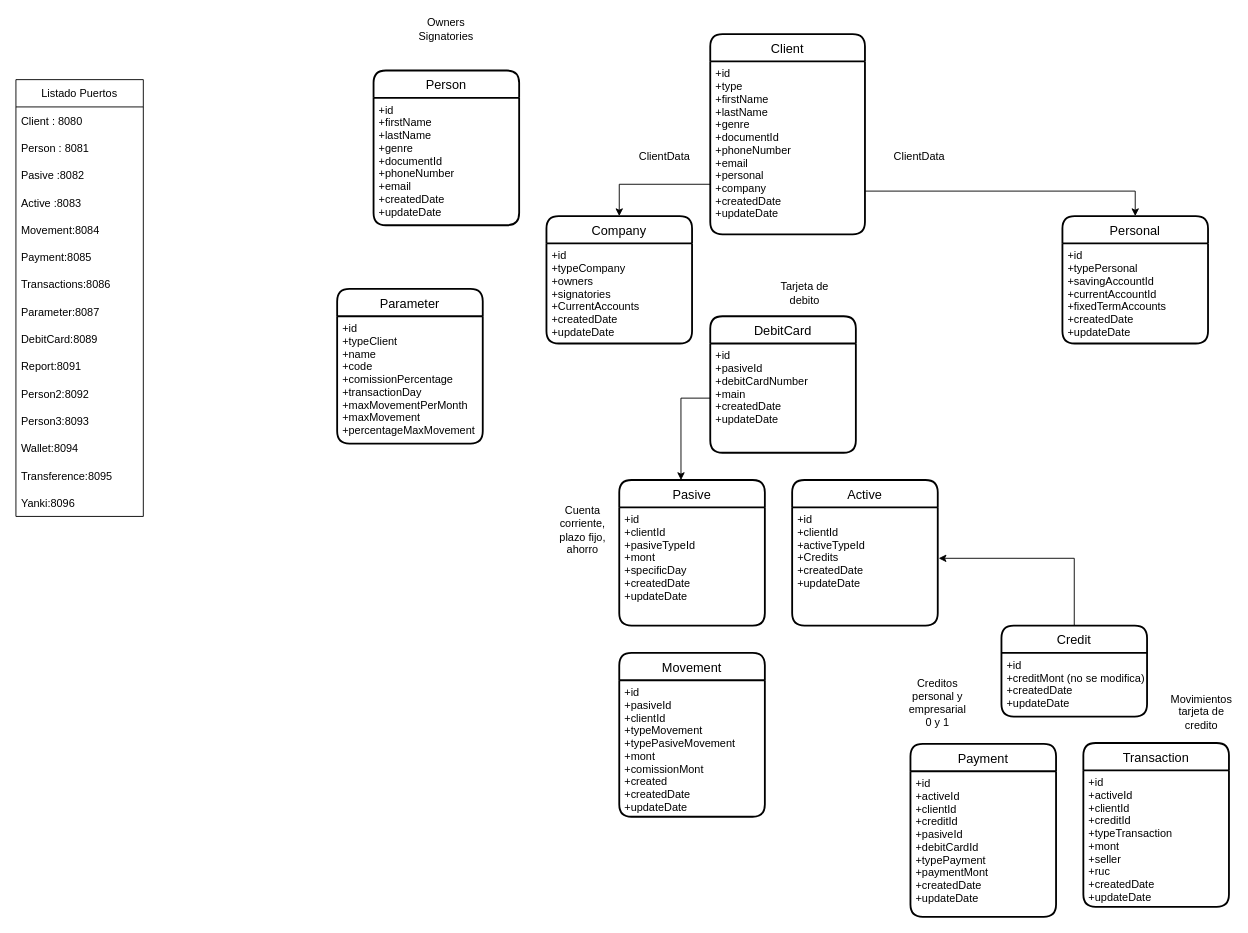
The draw.io diagram page "Datos" (1 of 4) of proyecto1.drawio in AdrianNMS/MS-bank-diagram, before the edit. Source tidied: cells renumbered, new cells numbered last; positions are measured from the earlier drawing's top-left corner, leaving out a move shared by most shapes. Both pictures are drawn from the tidied source at 91%, with x=0, y=0 at pixel (15, 15).
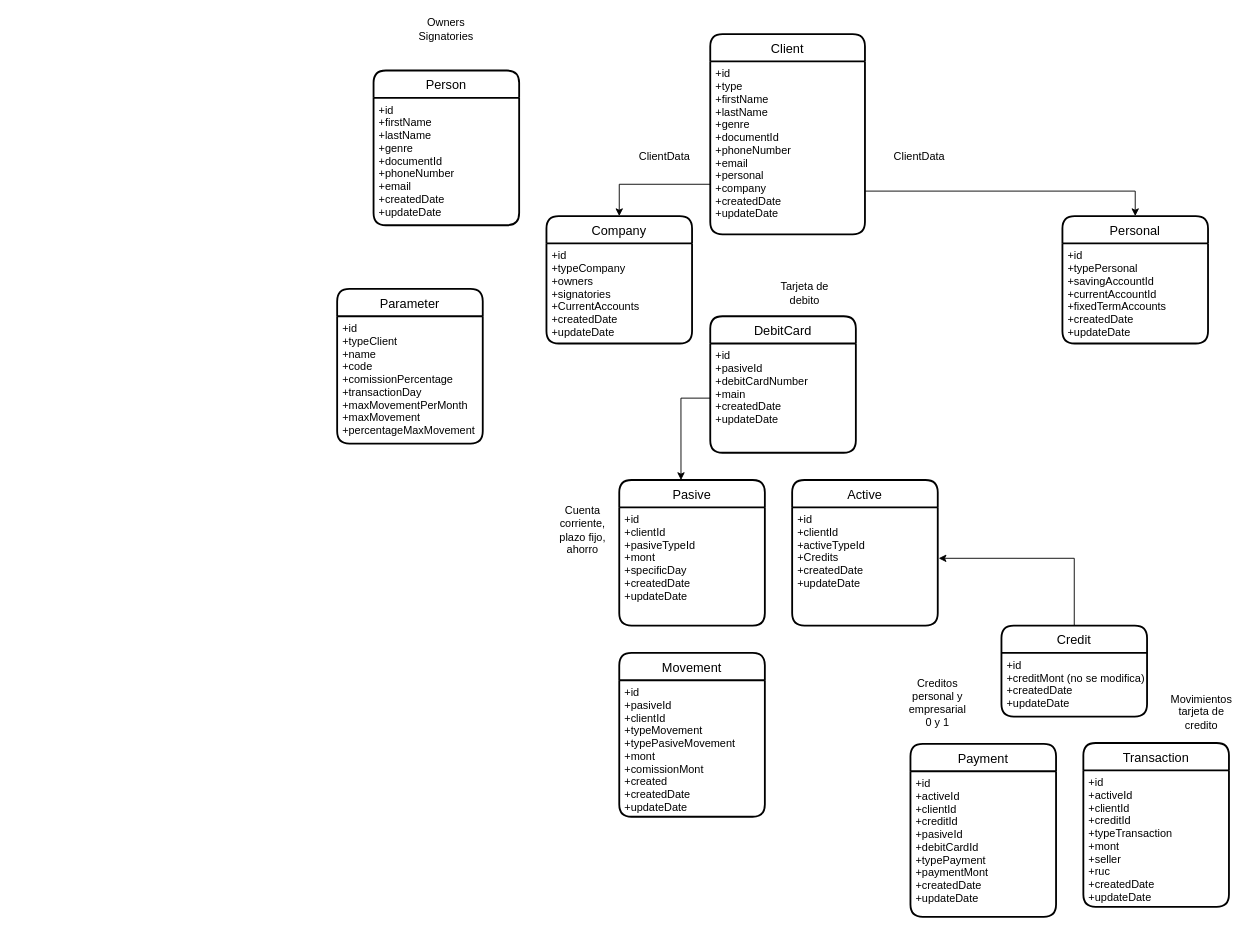
After the change.

The edit, as a diff of the source:
```diff
@@
-    <mxCell id="28" value="Listado Puertos" style="swimlane;fontStyle=0;horizontal=1;startSize=30;fillColor=#FFFFFF;" parent="1" vertex="1">
-      <mxGeometry y="70" width="140" height="480" as="geometry" />
-    </mxCell>
-    <mxCell id="29" value="Client : 8080" style="text;strokeColor=none;fillColor=none;align=left;verticalAlign=middle;spacingLeft=4;spacingRight=4;overflow=hidden;" parent="28" vertex="1">
-      <mxGeometry y="30" width="140" height="30" as="geometry" />
-    </mxCell>
-    <mxCell id="30" value="Person : 8081" style="text;strokeColor=none;fillColor=none;align=left;verticalAlign=middle;spacingLeft=4;spacingRight=4;overflow=hidden;" parent="28" vertex="1">
-      <mxGeometry y="60" width="140" height="30" as="geometry" />
-    </mxCell>
-    <mxCell id="31" value="Pasive :8082" style="text;strokeColor=none;fillColor=none;align=left;verticalAlign=middle;spacingLeft=4;spacingRight=4;overflow=hidden;" parent="28" vertex="1">
-      <mxGeometry y="90" width="140" height="30" as="geometry" />
-    </mxCell>
-    <mxCell id="32" value="Active :8083" style="text;strokeColor=none;fillColor=none;align=left;verticalAlign=middle;spacingLeft=4;spacingRight=4;overflow=hidden;" parent="28" vertex="1">
-      <mxGeometry y="120" width="140" height="30" as="geometry" />
-    </mxCell>
-    <mxCell id="33" value="Movement:8084" style="text;strokeColor=none;fillColor=none;align=left;verticalAlign=middle;spacingLeft=4;spacingRight=4;overflow=hidden;" parent="28" vertex="1">
-      <mxGeometry y="150" width="140" height="30" as="geometry" />
-    </mxCell>
-    <mxCell id="34" value="Payment:8085" style="text;strokeColor=none;fillColor=none;align=left;verticalAlign=middle;spacingLeft=4;spacingRight=4;overflow=hidden;" parent="28" vertex="1">
-      <mxGeometry y="180" width="140" height="30" as="geometry" />
-    </mxCell>
-    <mxCell id="35" value="Transactions:8086" style="text;strokeColor=none;fillColor=none;align=left;verticalAlign=middle;spacingLeft=4;spacingRight=4;overflow=hidden;" parent="28" vertex="1">
-      <mxGeometry y="210" width="140" height="30" as="geometry" />
-    </mxCell>
-    <mxCell id="36" value="Parameter:8087" style="text;strokeColor=none;fillColor=none;align=left;verticalAlign=middle;spacingLeft=4;spacingRight=4;overflow=hidden;" parent="28" vertex="1">
-      <mxGeometry y="240" width="140" height="30" as="geometry" />
-    </mxCell>
-    <mxCell id="37" value="DebitCard:8089" style="text;strokeColor=none;fillColor=none;align=left;verticalAlign=middle;spacingLeft=4;spacingRight=4;overflow=hidden;" parent="28" vertex="1">
-      <mxGeometry y="270" width="140" height="30" as="geometry" />
-    </mxCell>
-    <mxCell id="38" value="Report:8091" style="text;strokeColor=none;fillColor=none;align=left;verticalAlign=middle;spacingLeft=4;spacingRight=4;overflow=hidden;" parent="28" vertex="1">
-      <mxGeometry y="300" width="140" height="30" as="geometry" />
-    </mxCell>
-    <mxCell id="39" value="Person2:8092" style="text;strokeColor=none;fillColor=none;align=left;verticalAlign=middle;spacingLeft=4;spacingRight=4;overflow=hidden;" parent="28" vertex="1">
-      <mxGeometry y="330" width="140" height="30" as="geometry" />
-    </mxCell>
-    <mxCell id="40" value="Person3:8093" style="text;strokeColor=none;fillColor=none;align=left;verticalAlign=middle;spacingLeft=4;spacingRight=4;overflow=hidden;" parent="28" vertex="1">
-      <mxGeometry y="360" width="140" height="30" as="geometry" />
-    </mxCell>
-    <mxCell id="41" value="Wallet:8094" style="text;strokeColor=none;fillColor=none;align=left;verticalAlign=middle;spacingLeft=4;spacingRight=4;overflow=hidden;" parent="28" vertex="1">
-      <mxGeometry y="390" width="140" height="30" as="geometry" />
-    </mxCell>
-    <mxCell id="42" value="Transference:8095" style="text;strokeColor=none;fillColor=none;align=left;verticalAlign=middle;spacingLeft=4;spacingRight=4;overflow=hidden;" parent="28" vertex="1">
-      <mxGeometry y="420" width="140" height="30" as="geometry" />
-    </mxCell>
-    <mxCell id="43" value="Yanki:8096" style="text;strokeColor=none;fillColor=none;align=left;verticalAlign=middle;spacingLeft=4;spacingRight=4;overflow=hidden;" parent="28" vertex="1">
-      <mxGeometry y="450" width="140" height="30" as="geometry" />
-    </mxCell>
```
